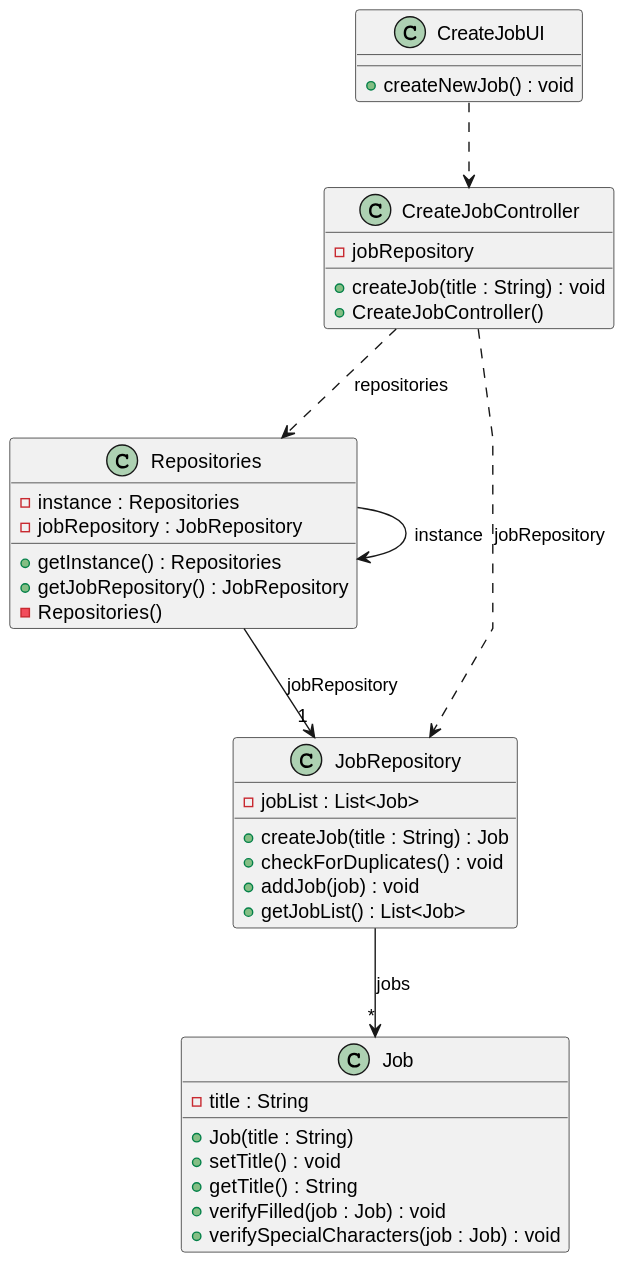
This is docs/sprintC/us002/03.design/svg/us002-class-diagram.svg from ricardomm7/leaflink, a PlantUML export, as it was before one commit. Its diagram source:
```plantuml
@startuml
skinparam packageStyle rectangle
skinparam shadowing false
skinparam linetype polyline


class CreateJobUI {
    +createNewJob() : void
}

class CreateJobController {
-jobRepository
    +createJob(title : String) : void
    +CreateJobController()
}

class Repositories {
    +getInstance() : Repositories
    +getJobRepository() : JobRepository
    - instance : Repositories
    - Repositories()
    -jobRepository : JobRepository
}

class JobRepository {
-jobList : List<Job>
    +createJob(title : String) : Job
    +checkForDuplicates() : void
    +addJob(job) : void
    +getJobList() : List<Job>
}

class Job {
    - title : String
    + Job(title : String)
    + setTitle() : void
    + getTitle() : String
    +verifyFilled(job : Job) : void
    +verifySpecialCharacters(job : Job) : void
}

CreateJobUI ..> CreateJobController
Repositories --> "1" JobRepository : jobRepository
Repositories --> Repositories : instance
JobRepository --> "*" Job : jobs
CreateJobController ..> Repositories : repositories
CreateJobController ..> JobRepository : jobRepository
@enduml
```
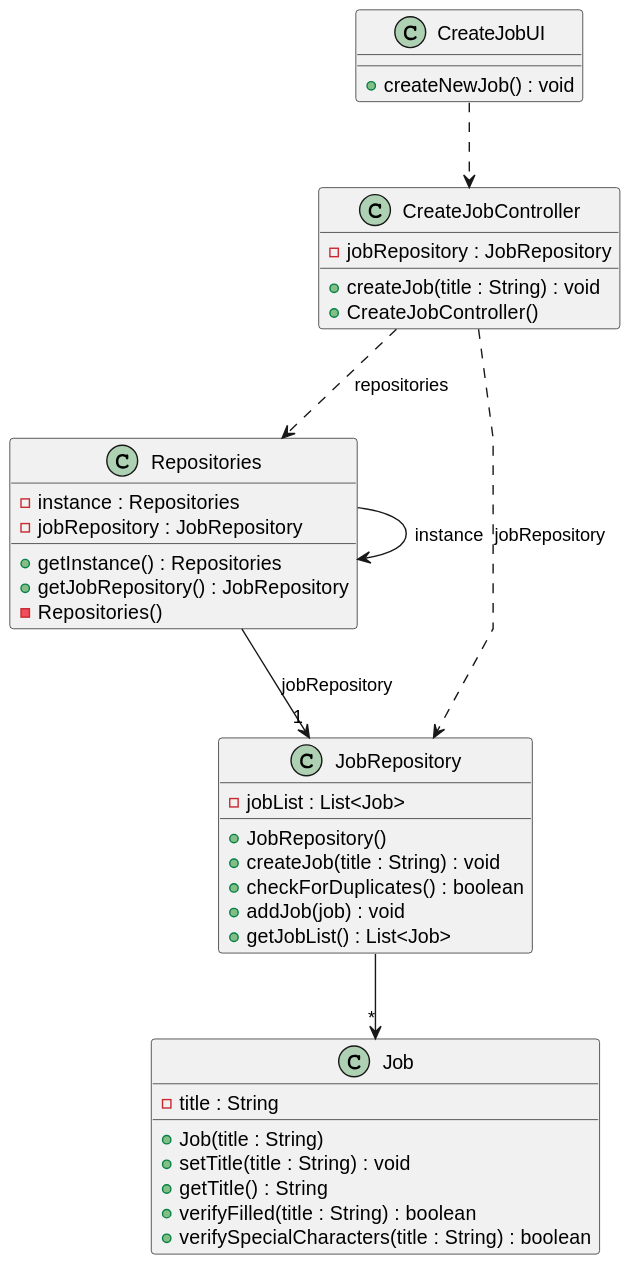
The same file after the commit.

What changed in the source:
```diff
@@ -9,7 +9,7 @@
 }
 
 class CreateJobController {
--jobRepository
+-jobRepository : JobRepository
     +createJob(title : String) : void
     +CreateJobController()
 }
@@ -24,8 +24,9 @@
 
 class JobRepository {
 -jobList : List<Job>
-    +createJob(title : String) : Job
-    +checkForDuplicates() : void
++JobRepository()
+    +createJob(title : String) : void
+    +checkForDuplicates() : boolean
     +addJob(job) : void
     +getJobList() : List<Job>
 }
@@ -33,16 +34,16 @@
 class Job {
     - title : String
     + Job(title : String)
-    + setTitle() : void
+    + setTitle(title : String) : void
     + getTitle() : String
-    +verifyFilled(job : Job) : void
-    +verifySpecialCharacters(job : Job) : void
+    +verifyFilled(title : String) : boolean
+    +verifySpecialCharacters(title : String) : boolean
 }
 
 CreateJobUI ..> CreateJobController
 Repositories --> "1" JobRepository : jobRepository
 Repositories --> Repositories : instance
-JobRepository --> "*" Job : jobs
+JobRepository --> "*" Job
 CreateJobController ..> Repositories : repositories
 CreateJobController ..> JobRepository : jobRepository
 @enduml
```
